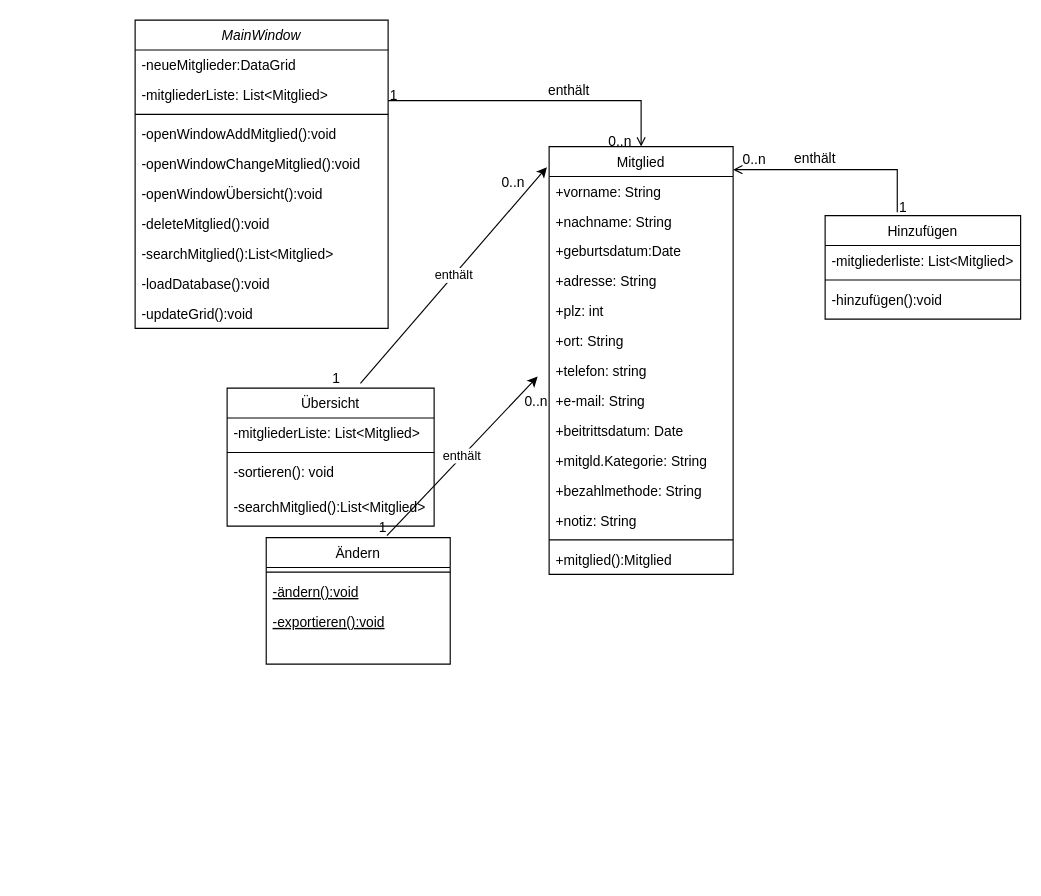
This is Klassendiagramm.drawio from WamanShakirem/VereinsApp, a draw.io file, before an edit. Source tidied: cells renumbered, new cells numbered last; positions are measured from the earlier drawing's top-left corner, leaving out a move shared by most shapes. Both pictures are drawn from the tidied source at 115%, with x=0, y=0 at pixel (20, 20).
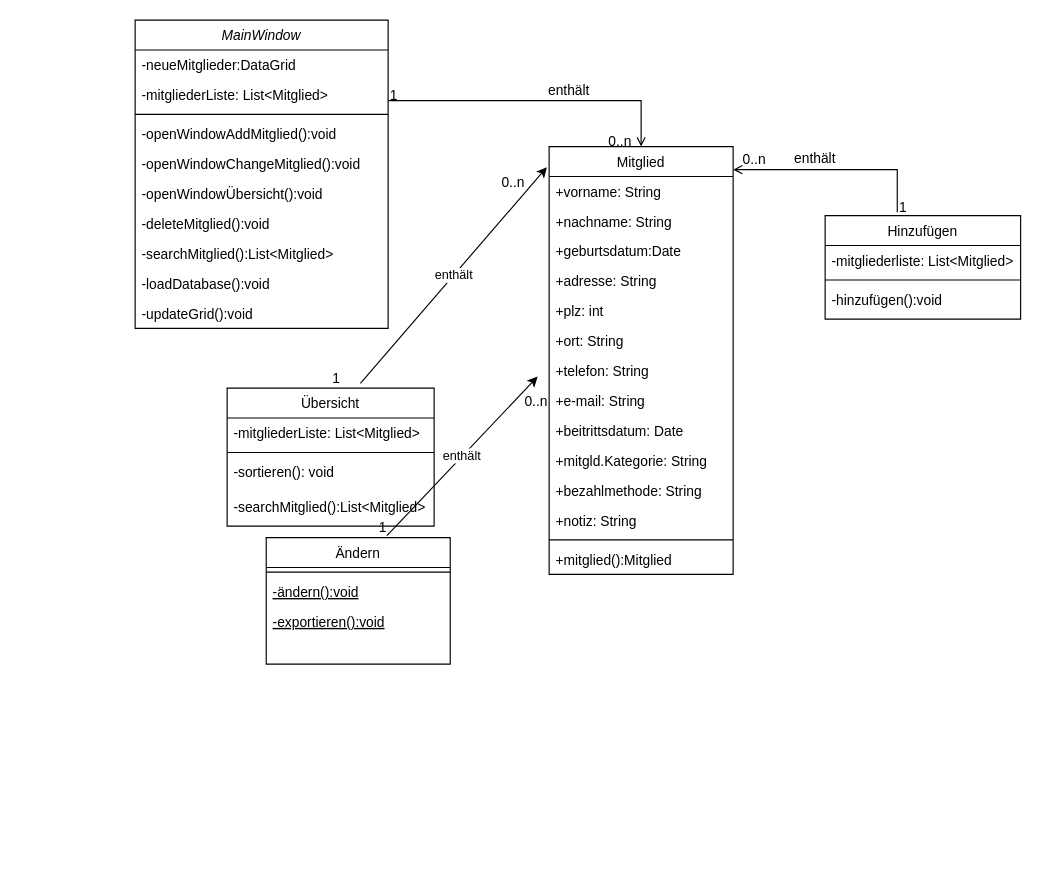
After the change.

The change refers to these unchanged cells:
```xml
<mxCell id="27" value="Mitglied" style="swimlane;fontStyle=0;align=center;verticalAlign=top;horizontal=1;startSize=26;rounded=0;shadow=0;strokeWidth=1;" parent="1" vertex="1">
  <mxGeometry x="460" y="110" width="160" height="372" as="geometry" />
</mxCell>
```

Change to the diagram source:
```diff
@@
-    <mxCell id="34" value="+telefon: string" style="text;align=left;verticalAlign=top;spacingLeft=4;spacingRight=4;overflow=hidden;rounded=0;shadow=0;html=0;" parent="27" vertex="1">
+    <mxCell id="34" value="+telefon: String" style="text;align=left;verticalAlign=top;spacingLeft=4;spacingRight=4;overflow=hidden;rounded=0;shadow=0;html=0;" parent="27" vertex="1">
       <mxGeometry y="182" width="160" height="26" as="geometry" />
     </mxCell>
```
